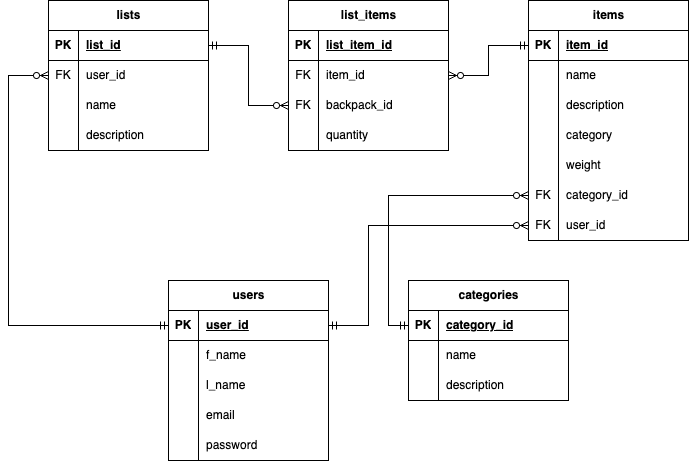
tatermysalad/CA-T2A2-APIWebserverProject keeps this draw.io diagram as docs/Hiking list ERD.png. Above is the earlier version. Source tidied: cells renumbered, new cells last; positions are measured from the earlier drawing's top-left corner, leaving out a move shared by most shapes.
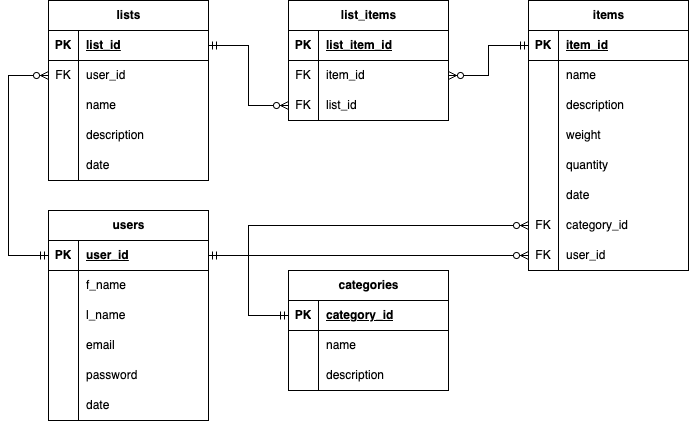
After the change.

Change to the diagram source:
```diff
@@ -3,7 +3,7 @@
     <mxCell id="0" />
     <mxCell id="1" parent="0" />
     <mxCell id="2" value="users" style="shape=table;startSize=30;rowLines=0;fontStyle=1;align=center;html=1;" parent="1" vertex="1">
-      <mxGeometry x="160" y="280" width="160" height="180" as="geometry" />
+      <mxGeometry x="40" y="210" width="160" height="210" as="geometry" />
     </mxCell>
     <mxCell id="3" style="shape=tableRow;horizontal=0;startSize=0;swimlaneHead=0;swimlaneBody=0;fillColor=none;points=[[0,0.5],[1,0.5]];portConstraint=eastwest;top=0;left=0;right=0;bottom=1;" parent="2" vertex="1">
       <mxGeometry y="30" width="160" height="30" as="geometry" />
@@ -50,8 +50,17 @@
     <mxCell id="17" value="password" style="shape=partialRectangle;fillColor=none;top=0;left=0;bottom=0;right=0;align=left;spacingLeft=6;overflow=hidden;whiteSpace=wrap;html=1;" parent="15" vertex="1">
       <mxGeometry x="30" width="130" height="30" as="geometry" />
     </mxCell>
+    <mxCell id="81" style="shape=tableRow;horizontal=0;startSize=0;swimlaneHead=0;swimlaneBody=0;fillColor=none;top=0;left=0;right=0;bottom=0;" parent="2" vertex="1">
+      <mxGeometry y="180" width="160" height="30" as="geometry" />
+    </mxCell>
+    <mxCell id="82" style="shape=partialRectangle;fillColor=none;top=0;left=0;bottom=0;right=0;overflow=hidden;whiteSpace=wrap;html=1;" parent="81" vertex="1">
+      <mxGeometry width="30" height="30" as="geometry" />
+    </mxCell>
+    <mxCell id="83" value="date" style="shape=partialRectangle;fillColor=none;top=0;left=0;bottom=0;right=0;align=left;spacingLeft=6;overflow=hidden;whiteSpace=wrap;html=1;" parent="81" vertex="1">
+      <mxGeometry x="30" width="130" height="30" as="geometry" />
+    </mxCell>
     <mxCell id="18" value="items" style="shape=table;startSize=30;rowLines=0;fontStyle=1;align=center;html=1;" parent="1" vertex="1">
-      <mxGeometry x="520" width="160" height="240" as="geometry" />
+      <mxGeometry x="520" width="160" height="270" as="geometry" />
     </mxCell>
     <mxCell id="19" style="shape=tableRow;horizontal=0;startSize=0;swimlaneHead=0;swimlaneBody=0;fillColor=none;points=[[0,0.5],[1,0.5]];portConstraint=eastwest;top=0;left=0;right=0;bottom=1;" parent="18" vertex="1">
       <mxGeometry y="30" width="160" height="30" as="geometry" />
@@ -80,17 +89,8 @@
     <mxCell id="27" value="description" style="shape=partialRectangle;fillColor=none;top=0;left=0;bottom=0;right=0;align=left;spacingLeft=6;overflow=hidden;whiteSpace=wrap;html=1;" parent="25" vertex="1">
       <mxGeometry x="30" width="130" height="30" as="geometry" />
     </mxCell>
-    <mxCell id="28" style="shape=tableRow;horizontal=0;startSize=0;swimlaneHead=0;swimlaneBody=0;fillColor=none;top=0;left=0;right=0;bottom=0;" parent="18" vertex="1">
-      <mxGeometry y="120" width="160" height="30" as="geometry" />
-    </mxCell>
-    <mxCell id="29" style="shape=partialRectangle;fillColor=none;top=0;left=0;bottom=0;right=0;overflow=hidden;whiteSpace=wrap;html=1;" parent="28" vertex="1">
-      <mxGeometry width="30" height="30" as="geometry" />
-    </mxCell>
-    <mxCell id="30" value="category" style="shape=partialRectangle;fillColor=none;top=0;left=0;bottom=0;right=0;align=left;spacingLeft=6;overflow=hidden;whiteSpace=wrap;html=1;" parent="28" vertex="1">
-      <mxGeometry x="30" width="130" height="30" as="geometry" />
-    </mxCell>
     <mxCell id="31" style="shape=tableRow;horizontal=0;startSize=0;swimlaneHead=0;swimlaneBody=0;fillColor=none;top=0;left=0;right=0;bottom=0;" parent="18" vertex="1">
-      <mxGeometry y="150" width="160" height="30" as="geometry" />
+      <mxGeometry y="120" width="160" height="30" as="geometry" />
     </mxCell>
     <mxCell id="32" style="shape=partialRectangle;fillColor=none;top=0;left=0;bottom=0;right=0;overflow=hidden;whiteSpace=wrap;html=1;" parent="31" vertex="1">
       <mxGeometry width="30" height="30" as="geometry" />
@@ -98,8 +98,26 @@
     <mxCell id="33" value="weight" style="shape=partialRectangle;fillColor=none;top=0;left=0;bottom=0;right=0;align=left;spacingLeft=6;overflow=hidden;whiteSpace=wrap;html=1;" parent="31" vertex="1">
       <mxGeometry x="30" width="130" height="30" as="geometry" />
     </mxCell>
+    <mxCell id="84" style="shape=tableRow;horizontal=0;startSize=0;swimlaneHead=0;swimlaneBody=0;fillColor=none;top=0;left=0;right=0;bottom=0;" parent="18" vertex="1">
+      <mxGeometry y="150" width="160" height="30" as="geometry" />
+    </mxCell>
+    <mxCell id="85" style="shape=partialRectangle;fillColor=none;top=0;left=0;bottom=0;right=0;overflow=hidden;whiteSpace=wrap;html=1;" parent="84" vertex="1">
+      <mxGeometry width="30" height="30" as="geometry" />
+    </mxCell>
+    <mxCell id="65" value="quantity" style="shape=partialRectangle;fillColor=none;top=0;left=0;bottom=0;right=0;align=left;spacingLeft=6;overflow=hidden;whiteSpace=wrap;html=1;" parent="84" vertex="1">
+      <mxGeometry x="30" width="130" height="30" as="geometry" />
+    </mxCell>
+    <mxCell id="86" style="shape=tableRow;horizontal=0;startSize=0;swimlaneHead=0;swimlaneBody=0;fillColor=none;top=0;left=0;right=0;bottom=0;" parent="18" vertex="1">
+      <mxGeometry y="180" width="160" height="30" as="geometry" />
+    </mxCell>
+    <mxCell id="87" style="shape=partialRectangle;fillColor=none;top=0;left=0;bottom=0;right=0;overflow=hidden;whiteSpace=wrap;html=1;" parent="86" vertex="1">
+      <mxGeometry width="30" height="30" as="geometry" />
+    </mxCell>
+    <mxCell id="88" value="date" style="shape=partialRectangle;fillColor=none;top=0;left=0;bottom=0;right=0;align=left;spacingLeft=6;overflow=hidden;whiteSpace=wrap;html=1;" parent="86" vertex="1">
+      <mxGeometry x="30" width="130" height="30" as="geometry" />
+    </mxCell>
     <mxCell id="34" style="shape=tableRow;horizontal=0;startSize=0;swimlaneHead=0;swimlaneBody=0;fillColor=none;points=[[0,0.5],[1,0.5]];portConstraint=eastwest;top=0;left=0;right=0;bottom=0;" parent="18" vertex="1">
-      <mxGeometry y="180" width="160" height="30" as="geometry" />
+      <mxGeometry y="210" width="160" height="30" as="geometry" />
     </mxCell>
     <mxCell id="35" value="FK" style="shape=partialRectangle;fillColor=none;top=0;left=0;bottom=0;right=0;overflow=hidden;whiteSpace=wrap;html=1;" parent="34" vertex="1">
       <mxGeometry width="30" height="30" as="geometry" />
@@ -108,7 +126,7 @@
       <mxGeometry x="30" width="130" height="30" as="geometry" />
     </mxCell>
     <mxCell id="37" style="shape=tableRow;horizontal=0;startSize=0;swimlaneHead=0;swimlaneBody=0;fillColor=none;points=[[0,0.5],[1,0.5]];portConstraint=eastwest;top=0;left=0;right=0;bottom=0;" parent="18" vertex="1">
-      <mxGeometry y="210" width="160" height="30" as="geometry" />
+      <mxGeometry y="240" width="160" height="30" as="geometry" />
     </mxCell>
     <mxCell id="38" value="FK" style="shape=partialRectangle;fillColor=none;top=0;left=0;bottom=0;right=0;overflow=hidden;whiteSpace=wrap;html=1;" parent="37" vertex="1">
       <mxGeometry width="30" height="30" as="geometry" />
@@ -117,7 +135,7 @@
       <mxGeometry x="30" width="130" height="30" as="geometry" />
     </mxCell>
     <mxCell id="40" value="lists" style="shape=table;startSize=30;rowLines=0;fontStyle=1;align=center;html=1;" parent="1" vertex="1">
-      <mxGeometry x="40" width="160" height="150" as="geometry" />
+      <mxGeometry x="40" width="160" height="180" as="geometry" />
     </mxCell>
     <mxCell id="41" style="shape=tableRow;horizontal=0;startSize=0;swimlaneHead=0;swimlaneBody=0;fillColor=none;points=[[0,0.5],[1,0.5]];portConstraint=eastwest;top=0;left=0;right=0;bottom=1;" parent="40" vertex="1">
       <mxGeometry y="30" width="160" height="30" as="geometry" />
@@ -155,8 +173,17 @@
     <mxCell id="52" value="description" style="shape=partialRectangle;fillColor=none;top=0;left=0;bottom=0;right=0;align=left;spacingLeft=6;overflow=hidden;whiteSpace=wrap;html=1;" parent="50" vertex="1">
       <mxGeometry x="30" width="130" height="30" as="geometry" />
     </mxCell>
+    <mxCell id="89" style="shape=tableRow;horizontal=0;startSize=0;swimlaneHead=0;swimlaneBody=0;fillColor=none;top=0;left=0;right=0;bottom=0;" parent="40" vertex="1">
+      <mxGeometry y="150" width="160" height="30" as="geometry" />
+    </mxCell>
+    <mxCell id="90" style="shape=partialRectangle;fillColor=none;top=0;left=0;bottom=0;right=0;overflow=hidden;whiteSpace=wrap;html=1;" parent="89" vertex="1">
+      <mxGeometry width="30" height="30" as="geometry" />
+    </mxCell>
+    <mxCell id="91" value="date" style="shape=partialRectangle;fillColor=none;top=0;left=0;bottom=0;right=0;align=left;spacingLeft=6;overflow=hidden;whiteSpace=wrap;html=1;" parent="89" vertex="1">
+      <mxGeometry x="30" width="130" height="30" as="geometry" />
+    </mxCell>
     <mxCell id="53" value="list_items" style="shape=table;startSize=30;rowLines=0;fontStyle=1;align=center;html=1;" parent="1" vertex="1">
-      <mxGeometry x="280" width="160" height="150" as="geometry" />
+      <mxGeometry x="280" width="160" height="120" as="geometry" />
     </mxCell>
     <mxCell id="54" style="shape=tableRow;horizontal=0;startSize=0;swimlaneHead=0;swimlaneBody=0;fillColor=none;top=0;left=0;right=0;bottom=1;" parent="53" vertex="1">
       <mxGeometry y="30" width="160" height="30" as="geometry" />
@@ -182,23 +209,14 @@
     <mxCell id="61" value="FK" style="shape=partialRectangle;fillColor=none;top=0;left=0;bottom=0;right=0;overflow=hidden;whiteSpace=wrap;html=1;" parent="60" vertex="1">
       <mxGeometry width="30" height="30" as="geometry" />
     </mxCell>
-    <mxCell id="62" value="backpack_id" style="shape=partialRectangle;fillColor=none;top=0;left=0;bottom=0;right=0;align=left;spacingLeft=6;overflow=hidden;whiteSpace=wrap;html=1;" parent="60" vertex="1">
+    <mxCell id="62" value="list_id" style="shape=partialRectangle;fillColor=none;top=0;left=0;bottom=0;right=0;align=left;spacingLeft=6;overflow=hidden;whiteSpace=wrap;html=1;" parent="60" vertex="1">
       <mxGeometry x="30" width="130" height="30" as="geometry" />
     </mxCell>
-    <mxCell id="63" style="shape=tableRow;horizontal=0;startSize=0;swimlaneHead=0;swimlaneBody=0;fillColor=none;top=0;left=0;right=0;bottom=0;" parent="53" vertex="1">
-      <mxGeometry y="120" width="160" height="30" as="geometry" />
-    </mxCell>
-    <mxCell id="64" style="shape=partialRectangle;fillColor=none;top=0;left=0;bottom=0;right=0;overflow=hidden;whiteSpace=wrap;html=1;" parent="63" vertex="1">
-      <mxGeometry width="30" height="30" as="geometry" />
-    </mxCell>
-    <mxCell id="65" value="quantity" style="shape=partialRectangle;fillColor=none;top=0;left=0;bottom=0;right=0;align=left;spacingLeft=6;overflow=hidden;whiteSpace=wrap;html=1;" parent="63" vertex="1">
-      <mxGeometry x="30" width="130" height="30" as="geometry" />
-    </mxCell>
     <mxCell id="66" style="edgeStyle=orthogonalEdgeStyle;rounded=0;jettySize=auto;html=1;exitX=0;exitY=0.5;exitDx=0;exitDy=0;endArrow=ERmandOne;endFill=0;startArrow=ERzeroToMany;startFill=0;entryX=0;entryY=0.5;entryDx=0;entryDy=0;" parent="1" edge="1" source="44" target="3">
       <mxGeometry relative="1" as="geometry">
         <Array as="points">
           <mxPoint y="75" />
-          <mxPoint y="325" />
+          <mxPoint y="255" />
         </Array>
       </mxGeometry>
     </mxCell>
@@ -214,7 +232,7 @@
       <mxGeometry relative="1" as="geometry" />
     </mxCell>
     <mxCell id="69" value="categories" style="shape=table;startSize=30;rowLines=0;fontStyle=1;align=center;html=1;" parent="1" vertex="1">
-      <mxGeometry x="400" y="280" width="160" height="120" as="geometry" />
+      <mxGeometry x="280" y="270" width="160" height="120" as="geometry" />
     </mxCell>
     <mxCell id="70" style="shape=tableRow;horizontal=0;startSize=0;swimlaneHead=0;swimlaneBody=0;fillColor=none;points=[[0,0.5],[1,0.5]];portConstraint=eastwest;top=0;left=0;right=0;bottom=1;" parent="69" vertex="1">
       <mxGeometry y="30" width="160" height="30" as="geometry" />
@@ -243,19 +261,19 @@
     <mxCell id="78" value="description" style="shape=partialRectangle;fillColor=none;top=0;left=0;bottom=0;right=0;align=left;spacingLeft=6;overflow=hidden;whiteSpace=wrap;html=1;" parent="76" vertex="1">
       <mxGeometry x="30" width="130" height="30" as="geometry" />
     </mxCell>
-    <mxCell id="79" style="edgeStyle=orthogonalEdgeStyle;rounded=0;jettySize=auto;html=1;exitX=0;exitY=0.5;exitDx=0;exitDy=0;entryX=0;entryY=0.5;entryDx=0;entryDy=0;endArrow=ERmandOne;endFill=0;startArrow=ERzeroToMany;startFill=0;" parent="1" edge="1" source="34" target="70">
+    <mxCell id="79" style="edgeStyle=orthogonalEdgeStyle;rounded=0;jettySize=auto;html=1;exitX=0;exitY=0.5;exitDx=0;exitDy=0;endArrow=ERmandOne;endFill=0;startArrow=ERzeroToMany;startFill=0;entryX=0;entryY=0.5;entryDx=0;entryDy=0;" parent="1" edge="1" source="34" target="70">
       <mxGeometry relative="1" as="geometry">
         <Array as="points">
-          <mxPoint x="380" y="195" />
-          <mxPoint x="380" y="325" />
+          <mxPoint x="240" y="225" />
+          <mxPoint x="240" y="315" />
         </Array>
       </mxGeometry>
     </mxCell>
-    <mxCell id="80" style="edgeStyle=orthogonalEdgeStyle;rounded=0;jettySize=auto;html=1;startArrow=ERzeroToMany;startFill=0;endArrow=ERmandOne;endFill=0;" parent="1" edge="1" source="37" target="3">
+    <mxCell id="80" style="edgeStyle=orthogonalEdgeStyle;rounded=0;jettySize=auto;html=1;startArrow=ERzeroToMany;startFill=0;endArrow=ERmandOne;endFill=0;entryX=1;entryY=0.5;entryDx=0;entryDy=0;exitX=0;exitY=0.5;exitDx=0;exitDy=0;" parent="1" edge="1" source="37" target="3">
       <mxGeometry relative="1" as="geometry">
         <Array as="points">
-          <mxPoint x="360" y="225" />
-          <mxPoint x="360" y="325" />
+          <mxPoint x="500" y="255" />
+          <mxPoint x="500" y="255" />
         </Array>
       </mxGeometry>
     </mxCell>
```
